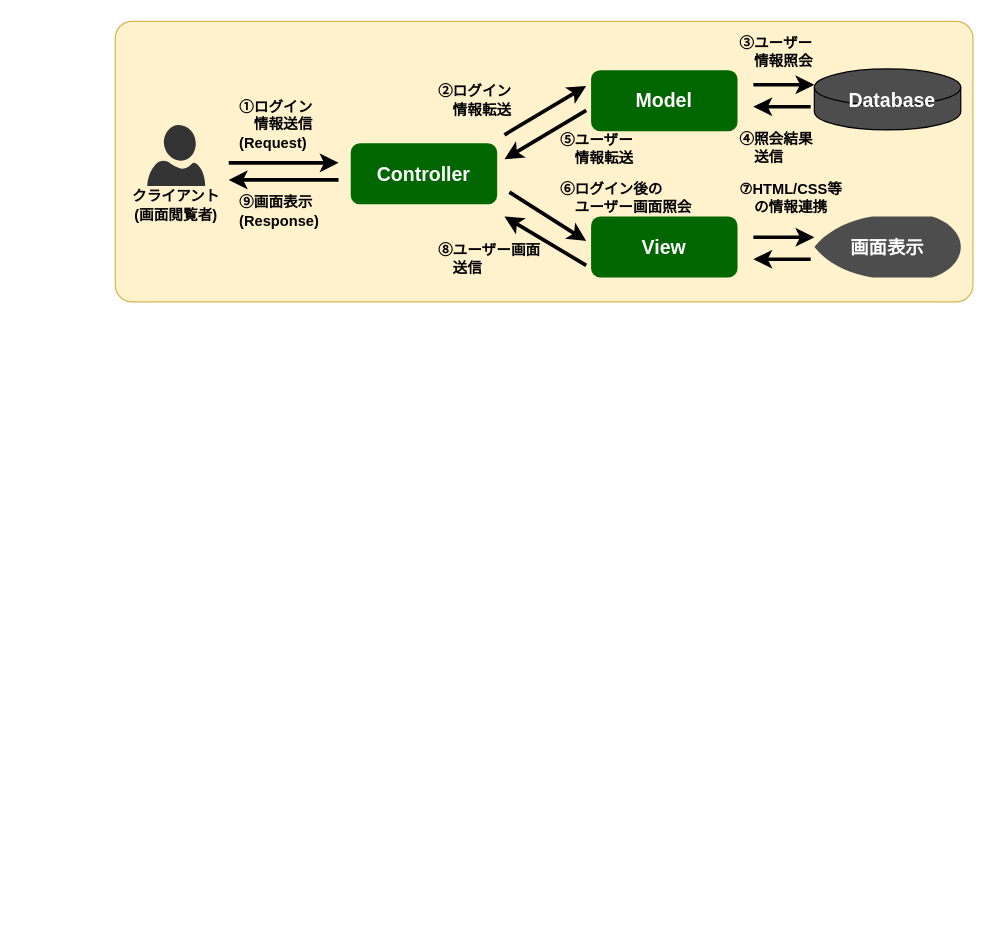
This is AWS研修_MVCモデル図.drawio from reizo0901/Doc, a draw.io file, before an edit. Source tidied: cells renumbered, new cells numbered last; positions are measured from the earlier drawing's top-left corner, leaving out a move shared by most shapes. Both pictures are drawn from the tidied source at 122%, with x=0, y=0 at pixel (115, 21).
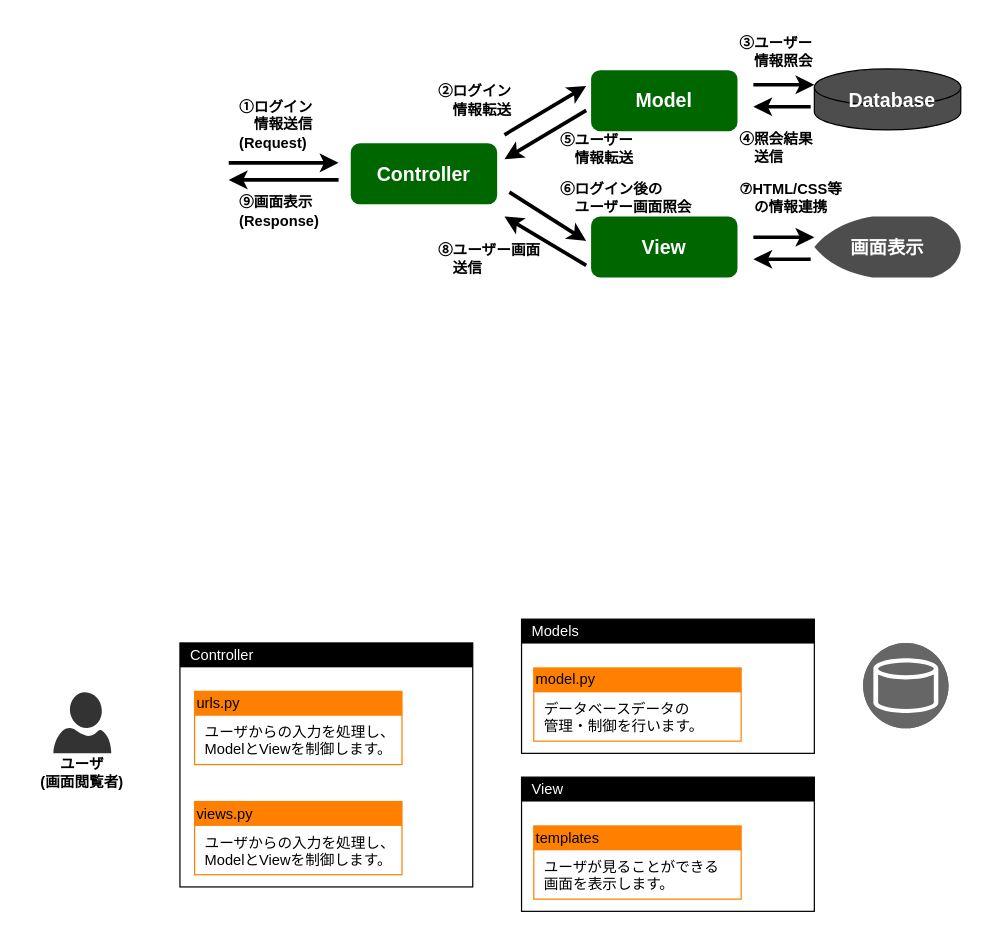
After the change.

Commit message (it also covers changes not shown here):
AWS研修_MVCモデル図.drawio を更新します

The edit, as a diff of the source:
```diff
@@
-    <mxCell id="2" style="rounded=1;whiteSpace=wrap;html=1;arcSize=6;fillColor=#fff2cc;strokeColor=#d6b656;" parent="1" vertex="1">
-      <mxGeometry width="703" height="230" as="geometry" />
-    </mxCell>
@@
     <mxCell id="7" style="verticalLabelPosition=bottom;html=1;verticalAlign=top;align=center;strokeColor=none;fillColor=#333333;shape=mxgraph.azure.user;" parent="1" vertex="1">
-      <mxGeometry x="26.2" y="85" width="47.5" height="50" as="geometry" />
+      <mxGeometry x="-50.8" y="550" width="47.5" height="50" as="geometry" />
     </mxCell>
@@
-    <mxCell id="20" value="クライアント&lt;br&gt;(画面閲覧者)" style="text;html=1;strokeColor=none;fillColor=none;align=center;verticalAlign=middle;whiteSpace=wrap;rounded=0;fontSize=12;fontStyle=1;" parent="1" vertex="1">
-      <mxGeometry y="136" width="100" height="30" as="geometry" />
+    <mxCell id="20" value="ユーザ&lt;br&gt;(画面閲覧者)" style="text;html=1;strokeColor=none;fillColor=none;align=center;verticalAlign=middle;whiteSpace=wrap;rounded=0;fontSize=12;fontStyle=1;" parent="1" vertex="1">
+      <mxGeometry x="-77" y="601" width="100" height="30" as="geometry" />
     </mxCell>
@@
+    <mxCell id="30" style="rounded=0;whiteSpace=wrap;html=1;" parent="1" vertex="1">
+      <mxGeometry x="53" y="509.5" width="240" height="200" as="geometry" />
+    </mxCell>
+    <mxCell id="31" value="&amp;nbsp; Controller" style="text;html=1;strokeColor=none;fillColor=#000000;align=left;verticalAlign=middle;whiteSpace=wrap;rounded=0;fontSize=12;fontStyle=0;fontColor=#FFFFFF;" parent="1" vertex="1">
+      <mxGeometry x="53" y="509.5" width="240" height="20" as="geometry" />
+    </mxCell>
+    <mxCell id="32" style="rounded=0;whiteSpace=wrap;html=1;" parent="1" vertex="1">
+      <mxGeometry x="333" y="619.5" width="240" height="110" as="geometry" />
+    </mxCell>
+    <mxCell id="33" value="&amp;nbsp; View" style="text;html=1;strokeColor=none;fillColor=#000000;align=left;verticalAlign=middle;whiteSpace=wrap;rounded=0;fontSize=12;fontStyle=0;fontColor=#FFFFFF;" parent="1" vertex="1">
+      <mxGeometry x="333" y="619.5" width="240" height="20" as="geometry" />
+    </mxCell>
+    <mxCell id="34" style="rounded=0;whiteSpace=wrap;html=1;" parent="1" vertex="1">
+      <mxGeometry x="333" y="490" width="240" height="110" as="geometry" />
+    </mxCell>
+    <mxCell id="35" value="&amp;nbsp; Models" style="text;html=1;strokeColor=none;fillColor=#000000;align=left;verticalAlign=middle;whiteSpace=wrap;rounded=0;fontSize=12;fontStyle=0;fontColor=#FFFFFF;" parent="1" vertex="1">
+      <mxGeometry x="333" y="490" width="240" height="20" as="geometry" />
+    </mxCell>
+    <mxCell id="36" style="rounded=0;whiteSpace=wrap;html=1;strokeColor=#ff8000;" parent="1" vertex="1">
+      <mxGeometry x="65" y="549.2" width="170" height="60" as="geometry" />
+    </mxCell>
+    <mxCell id="37" value="&amp;nbsp; ユーザからの入力を処理し、&lt;br&gt;&amp;nbsp; ModelとViewを制御します。" style="text;html=1;strokeColor=none;fillColor=none;align=left;verticalAlign=top;whiteSpace=wrap;rounded=0;" parent="1" vertex="1">
+      <mxGeometry x="65" y="569.2" width="170" height="40" as="geometry" />
+    </mxCell>
+    <mxCell id="38" value="urls.py" style="text;html=1;strokeColor=none;fillColor=#FF8000;align=left;verticalAlign=middle;whiteSpace=wrap;rounded=0;fontSize=12;fontStyle=0;" parent="1" vertex="1">
+      <mxGeometry x="65" y="549.2" width="170" height="20" as="geometry" />
+    </mxCell>
+    <mxCell id="39" style="rounded=0;whiteSpace=wrap;html=1;strokeColor=#ff8000;" parent="1" vertex="1">
+      <mxGeometry x="65" y="639.5" width="170" height="60" as="geometry" />
+    </mxCell>
+    <mxCell id="40" value="views.py" style="text;html=1;strokeColor=none;fillColor=#FF8000;align=left;verticalAlign=middle;whiteSpace=wrap;rounded=0;fontSize=12;fontStyle=0;" parent="1" vertex="1">
+      <mxGeometry x="65" y="639.5" width="170" height="20" as="geometry" />
+    </mxCell>
+    <mxCell id="41" value="&amp;nbsp; ユーザからの入力を処理し、&lt;br&gt;&amp;nbsp; ModelとViewを制御します。" style="text;html=1;strokeColor=none;fillColor=none;align=left;verticalAlign=top;whiteSpace=wrap;rounded=0;" parent="1" vertex="1">
+      <mxGeometry x="65" y="659.5" width="170" height="40" as="geometry" />
+    </mxCell>
+    <mxCell id="42" style="rounded=0;whiteSpace=wrap;html=1;strokeColor=#ff8000;" parent="1" vertex="1">
+      <mxGeometry x="343" y="530" width="170" height="60" as="geometry" />
+    </mxCell>
+    <mxCell id="43" value="model.py" style="text;html=1;strokeColor=none;fillColor=#FF8000;align=left;verticalAlign=middle;whiteSpace=wrap;rounded=0;fontSize=12;fontStyle=0;" parent="1" vertex="1">
+      <mxGeometry x="343" y="530" width="170" height="20" as="geometry" />
+    </mxCell>
+    <mxCell id="44" value="&amp;nbsp; データベースデータの&lt;br&gt;&amp;nbsp; 管理・制御を行います。" style="text;html=1;strokeColor=none;fillColor=none;align=left;verticalAlign=top;whiteSpace=wrap;rounded=0;" parent="1" vertex="1">
+      <mxGeometry x="343" y="550" width="150" height="40" as="geometry" />
+    </mxCell>
+    <mxCell id="45" style="rounded=0;whiteSpace=wrap;html=1;strokeColor=#ff8000;" parent="1" vertex="1">
+      <mxGeometry x="343" y="659.5" width="170" height="60" as="geometry" />
+    </mxCell>
+    <mxCell id="46" value="templates" style="text;html=1;strokeColor=none;fillColor=#FF8000;align=left;verticalAlign=middle;whiteSpace=wrap;rounded=0;fontSize=12;fontStyle=0;" parent="1" vertex="1">
+      <mxGeometry x="343" y="659.5" width="170" height="20" as="geometry" />
+    </mxCell>
+    <mxCell id="47" value="&amp;nbsp; ユーザが見ることができる&lt;br&gt;&amp;nbsp; 画面を表示します。" style="text;html=1;strokeColor=none;fillColor=none;align=left;verticalAlign=top;whiteSpace=wrap;rounded=0;" parent="1" vertex="1">
+      <mxGeometry x="343" y="679.5" width="170" height="40" as="geometry" />
+    </mxCell>
+    <mxCell id="48" style="fillColor=#666666;verticalLabelPosition=bottom;sketch=0;html=1;strokeColor=#ffffff;verticalAlign=top;align=center;shape=mxgraph.cisco_safe.compositeIcon;bgIcon=ellipse;resIcon=mxgraph.cisco_safe.capability.database;" parent="1" vertex="1">
+      <mxGeometry x="613" y="509.5" width="70" height="70" as="geometry" />
+    </mxCell>
```
